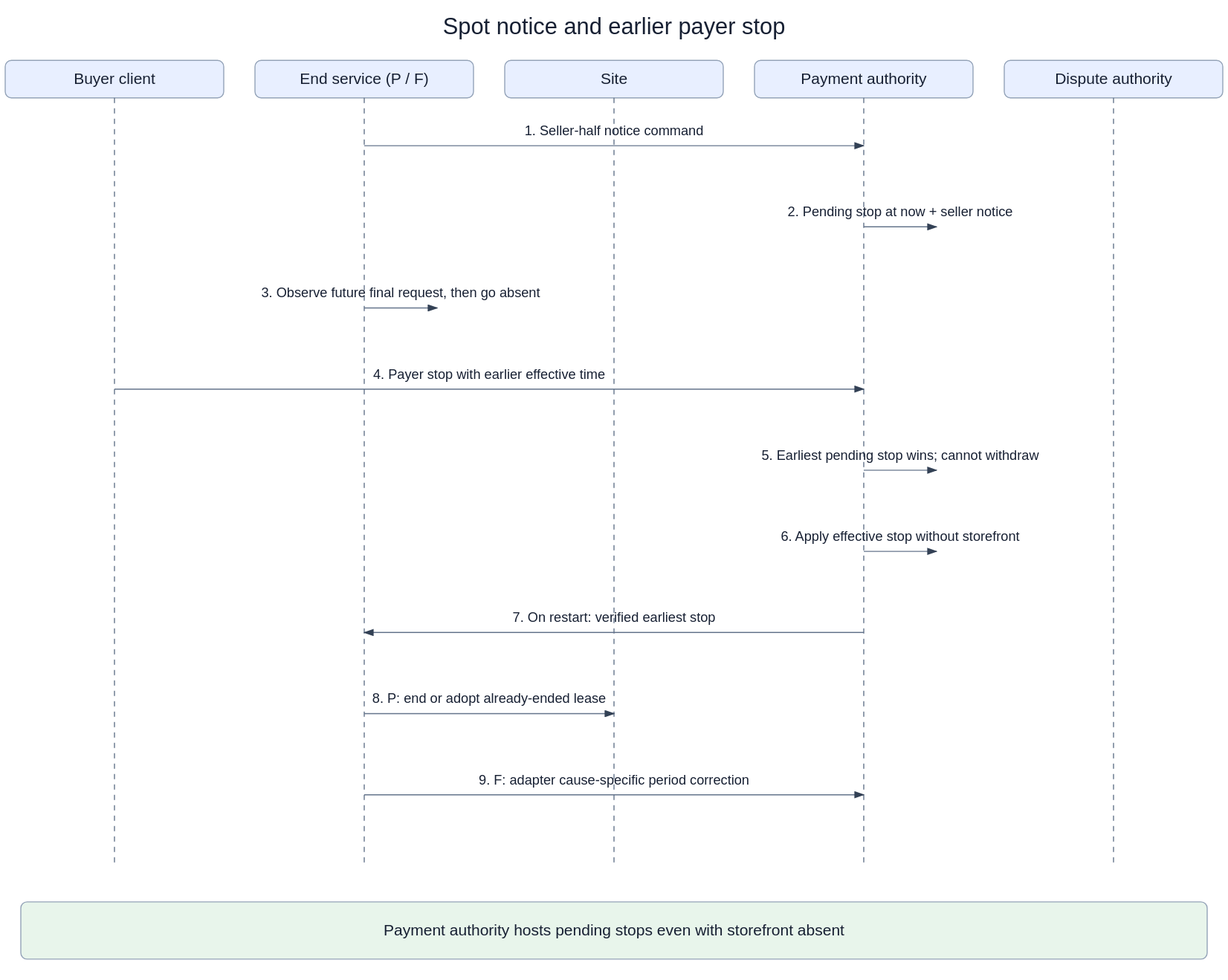
The draw.io diagram openspec/changes/converge-ongoing-compute-leases/diagrams/07-spot-preemption-with-notice.svg in arkhai-io/simple-compute-market, before a commit. Source tidied: cells renumbered, new cells last; positions are measured from the earlier drawing's top-left corner, leaving out a move shared by most shapes.
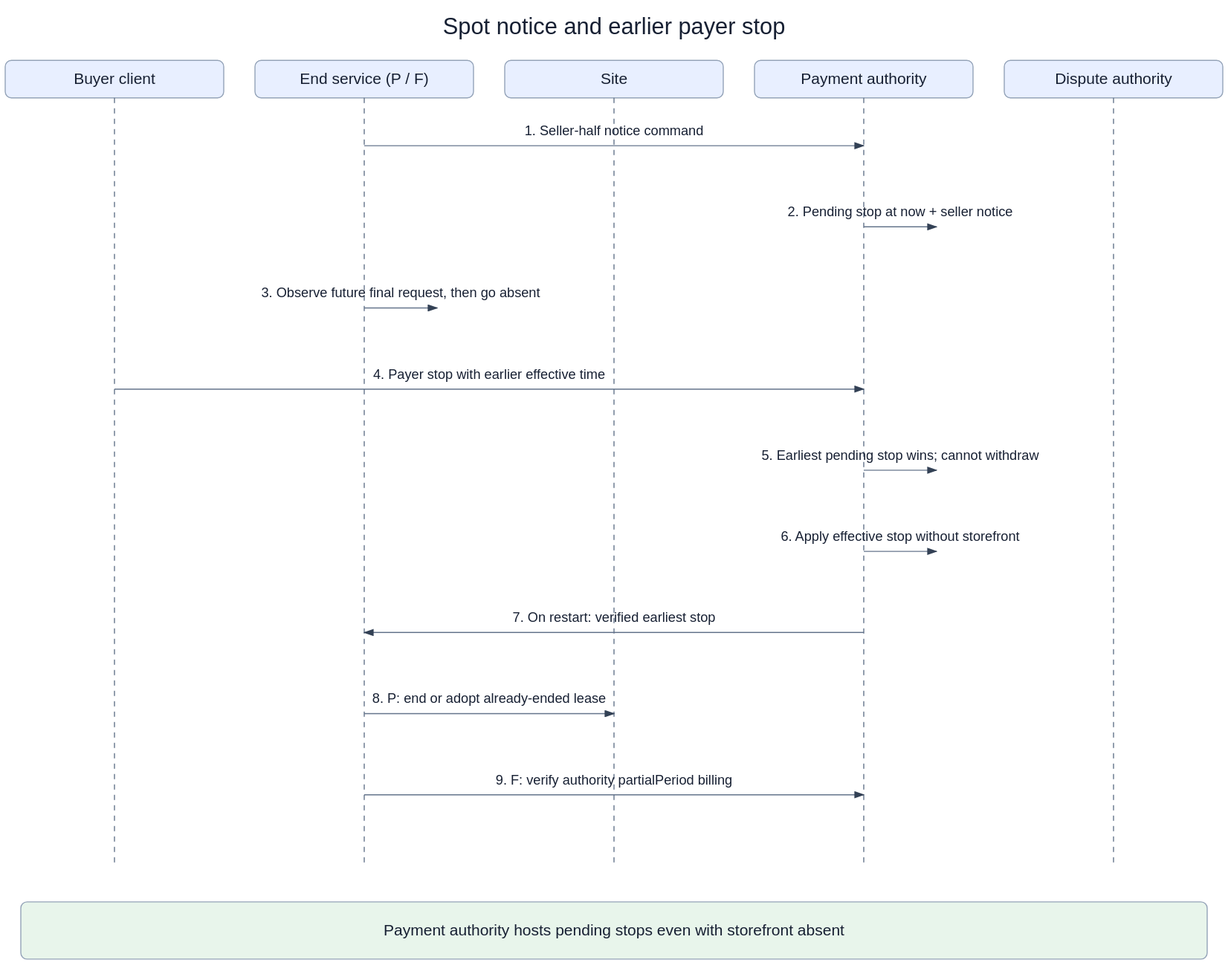
After the change.

The edit, as a diff of the source:
```diff
@@ -98,7 +98,7 @@
         <mxPoint x="585" y="676" as="targetPoint" />
       </mxGeometry>
     </mxCell>
-    <mxCell id="21" value="9. F: adapter cause-specific period correction" style="endArrow=block;fontSize=13;labelBackgroundColor=#ffffff;" parent="1" edge="1">
+    <mxCell id="21" value="9. F: verify authority partialPeriod billing" style="endArrow=block;fontSize=13;labelBackgroundColor=#ffffff;" parent="1" edge="1">
       <mxGeometry relative="1" as="geometry">
         <mxPoint x="345" y="754" as="sourcePoint" />
         <mxPoint x="825" y="754" as="targetPoint" />
```
